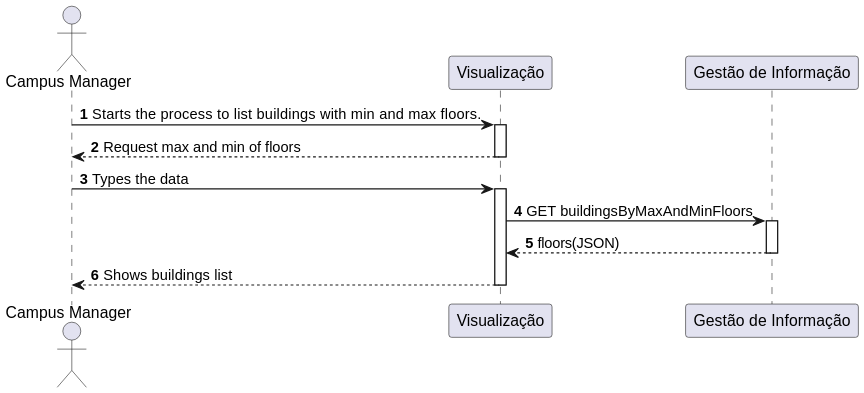
This is docs/US_180/Diagrams/SequenceDiagramLevel2.svg from Pedro-Pereira1/sem5pi_23_24_g056, a PlantUML export, as it was before one commit.
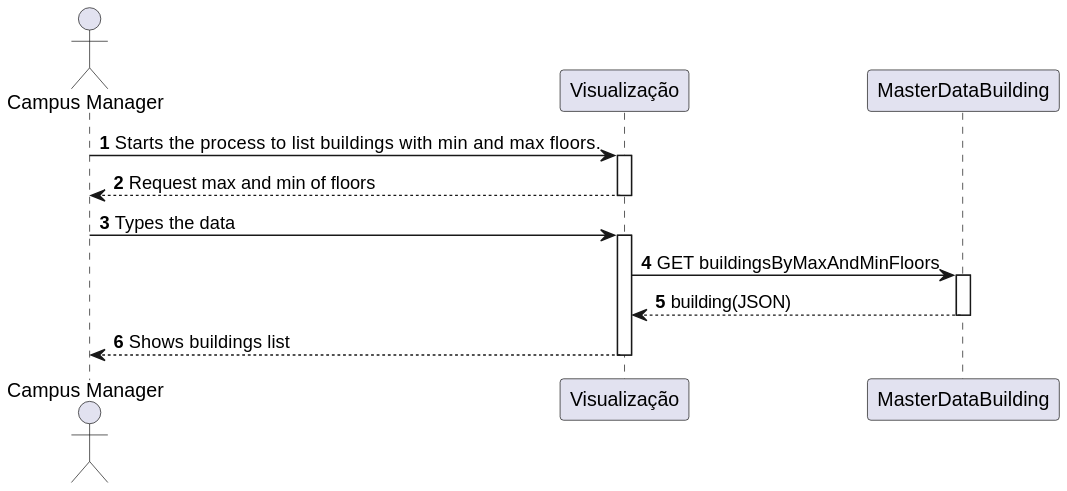
Above is the later version.

Commit message:
Updated documentation, updated Us180 documentation completed until point 4.2 "Class Diagram"

The edit, as a diff of the source:
```diff
@@ -2,7 +2,7 @@
 autonumber
 actor "Campus Manager" as CM
 participant Visualização
-participant "Gestão de Informação" as GI
+participant "MasterDataBuilding" as GI
 
 CM -> Visualização: Starts the process to  list buildings with min and max floors.
 activate Visualização
@@ -14,7 +14,7 @@
 
 Visualização -> GI: GET buildingsByMaxAndMinFloors
 activate GI
-GI --> Visualização: floors(JSON)
+GI --> Visualização: building(JSON)
 deactivate GI
 
 CM <-- Visualização: Shows buildings list
```
